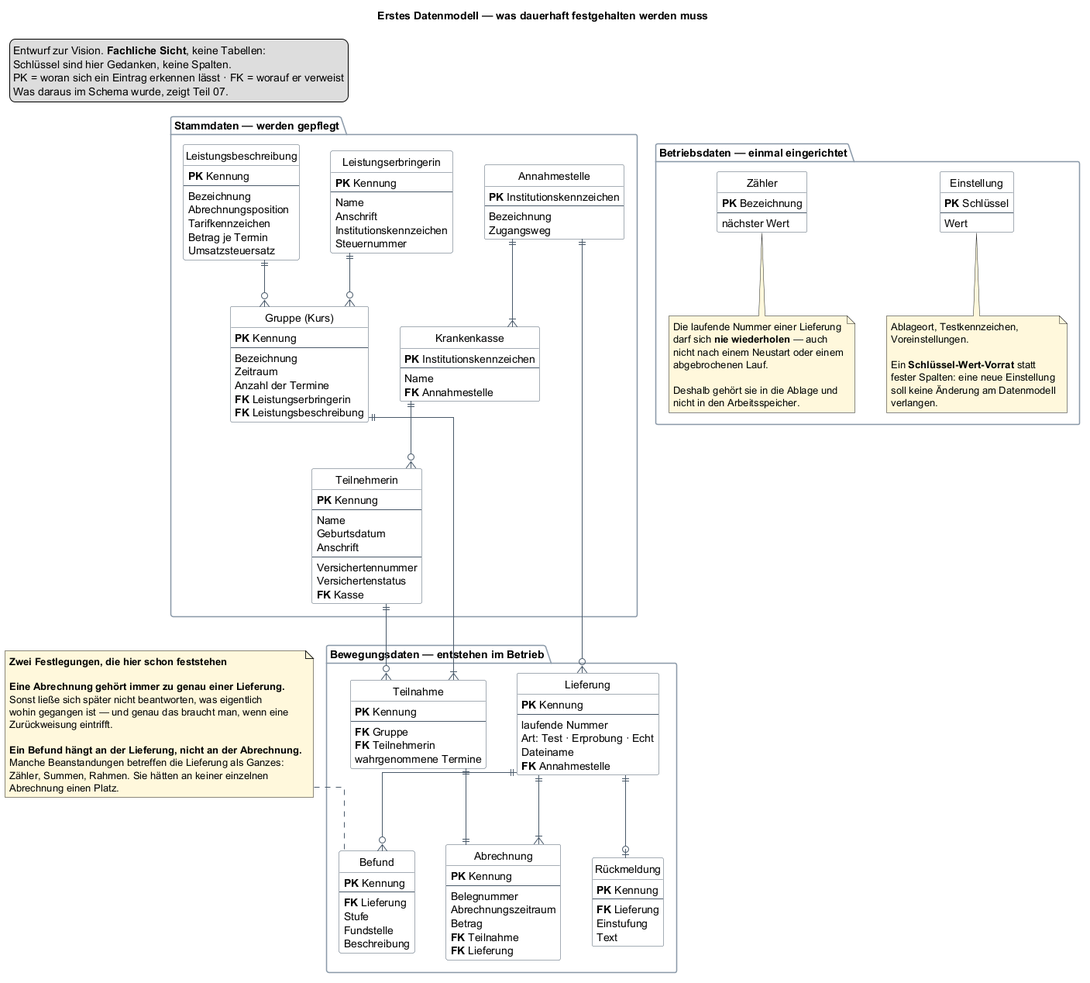
Before: GKVTransmitter/Information/GKVTransmitter_Vision_ER.png, a diagram exported from PlantUML (Gulaschkanister/Health-insurance-claims). The source it was exported from:
```plantuml
@startuml GKVTransmitter_Vision_ER
hide circle
skinparam shadowing false
skinparam linetype ortho
skinparam ranksep 60
skinparam nodesep 40
skinparam class {
  BackgroundColor White
  BorderColor #4A5A6A
  ArrowColor #4A5A6A
}
skinparam package {
  BackgroundColor #FAFBFC
  BorderColor #8A99A8
}

title Erstes Datenmodell — was dauerhaft festgehalten werden muss

legend top left
  Entwurf zur Vision. **Fachliche Sicht**, keine Tabellen:
  Schlüssel sind hier Gedanken, keine Spalten.
  PK = woran sich ein Eintrag erkennen lässt · FK = worauf er verweist
  Was daraus im Schema wurde, zeigt Teil 07.
endlegend

package "Stammdaten — werden gepflegt" {

  entity "Leistungserbringerin" as LE {
    **PK** Kennung
    --
    Name
    Anschrift
    Institutionskennzeichen
    Steuernummer
  }

  entity "Teilnehmerin" as TN {
    **PK** Kennung
    --
    Name
    Geburtsdatum
    Anschrift
    --
    Versichertennummer
    Versichertenstatus
    **FK** Kasse
  }

  entity "Krankenkasse" as KK {
    **PK** Institutionskennzeichen
    --
    Name
    **FK** Annahmestelle
  }

  entity "Annahmestelle" as AS {
    **PK** Institutionskennzeichen
    --
    Bezeichnung
    Zugangsweg
  }

  entity "Gruppe (Kurs)" as GR {
    **PK** Kennung
    --
    Bezeichnung
    Zeitraum
    Anzahl der Termine
    **FK** Leistungserbringerin
    **FK** Leistungsbeschreibung
  }

  entity "Leistungsbeschreibung" as LB {
    **PK** Kennung
    --
    Bezeichnung
    Abrechnungsposition
    Tarifkennzeichen
    Betrag je Termin
    Umsatzsteuersatz
  }
}

package "Bewegungsdaten — entstehen im Betrieb" {

  entity "Teilnahme" as TE {
    **PK** Kennung
    --
    **FK** Gruppe
    **FK** Teilnehmerin
    wahrgenommene Termine
  }

  entity "Abrechnung" as AB {
    **PK** Kennung
    --
    Belegnummer
    Abrechnungszeitraum
    Betrag
    **FK** Teilnahme
    **FK** Lieferung
  }

  entity "Lieferung" as LI {
    **PK** Kennung
    --
    laufende Nummer
    Art: Test · Erprobung · Echt
    Dateiname
    **FK** Annahmestelle
  }

  entity "Befund" as BE {
    **PK** Kennung
    --
    **FK** Lieferung
    Stufe
    Fundstelle
    Beschreibung
  }

  entity "Rückmeldung" as RM {
    **PK** Kennung
    --
    **FK** Lieferung
    Einstufung
    Text
  }
}

package "Betriebsdaten — einmal eingerichtet" {

  entity "Einstellung" as EI {
    **PK** Schlüssel
    --
    Wert
  }
  note bottom of EI
    Ablageort, Testkennzeichen,
    Voreinstellungen.

    Ein **Schlüssel-Wert-Vorrat** statt
    fester Spalten: eine neue Einstellung
    soll keine Änderung am Datenmodell
    verlangen.
  end note

  entity "Zähler" as ZA {
    **PK** Bezeichnung
    --
    nächster Wert
  }
  note bottom of ZA
    Die laufende Nummer einer Lieferung
    darf sich **nie wiederholen** — auch
    nicht nach einem Neustart oder einem
    abgebrochenen Lauf.

    Deshalb gehört sie in die Ablage und
    nicht in den Arbeitsspeicher.
  end note
}

LE ||--o{ GR
LB ||--o{ GR
GR ||--|{ TE
TN ||--o{ TE
KK ||--o{ TN
AS ||--|{ KK

TE ||--|| AB
LI ||--|{ AB
AS ||--o{ LI
LI ||--o{ BE
LI ||--o| RM

note as regel #FFF8DC
  **Zwei Festlegungen, die hier schon feststehen**

  **Eine Abrechnung gehört immer zu genau einer Lieferung.**
  Sonst ließe sich später nicht beantworten, was eigentlich
  wohin gegangen ist — und genau das braucht man, wenn eine
  Zurückweisung eintrifft.

  **Ein Befund hängt an der Lieferung, nicht an der Abrechnung.**
  Manche Beanstandungen betreffen die Lieferung als Ganzes:
  Zähler, Summen, Rahmen. Sie hätten an keiner einzelnen
  Abrechnung einen Platz.
end note

regel .. BE

@enduml
```
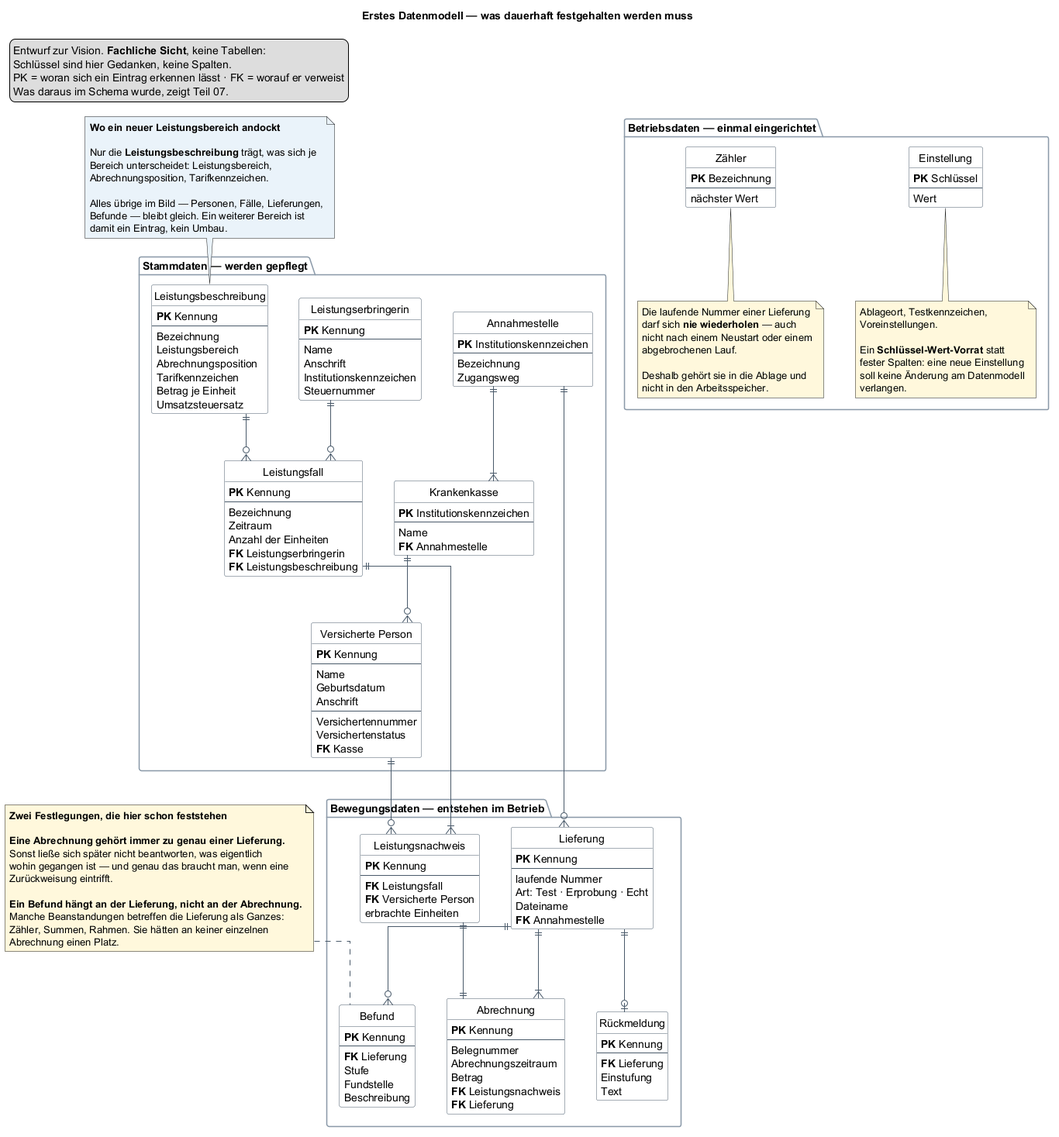
Above is the later version.

Commit message:
Teil 01: die Vision vom Kursbetrieb geloest

Change to the diagram source:
```diff
@@ -34,7 +34,7 @@
     Steuernummer
   }
 
-  entity "Teilnehmerin" as TN {
+  entity "Versicherte Person" as VP {
     **PK** Kennung
     --
     Name
@@ -60,12 +60,12 @@
     Zugangsweg
   }
 
-  entity "Gruppe (Kurs)" as GR {
+  entity "Leistungsfall" as LF {
     **PK** Kennung
     --
     Bezeichnung
     Zeitraum
-    Anzahl der Termine
+    Anzahl der Einheiten
     **FK** Leistungserbringerin
     **FK** Leistungsbeschreibung
   }
@@ -74,21 +74,22 @@
     **PK** Kennung
     --
     Bezeichnung
+    Leistungsbereich
     Abrechnungsposition
     Tarifkennzeichen
-    Betrag je Termin
+    Betrag je Einheit
     Umsatzsteuersatz
   }
 }
 
 package "Bewegungsdaten — entstehen im Betrieb" {
 
-  entity "Teilnahme" as TE {
+  entity "Leistungsnachweis" as LN {
     **PK** Kennung
     --
-    **FK** Gruppe
-    **FK** Teilnehmerin
-    wahrgenommene Termine
+    **FK** Leistungsfall
+    **FK** Versicherte Person
+    erbrachte Einheiten
   }
 
   entity "Abrechnung" as AB {
@@ -97,7 +98,7 @@
     Belegnummer
     Abrechnungszeitraum
     Betrag
-    **FK** Teilnahme
+    **FK** Leistungsnachweis
     **FK** Lieferung
   }
 
@@ -161,14 +162,14 @@
   end note
 }
 
-LE ||--o{ GR
-LB ||--o{ GR
-GR ||--|{ TE
-TN ||--o{ TE
-KK ||--o{ TN
+LE ||--o{ LF
+LB ||--o{ LF
+LF ||--|{ LN
+VP ||--o{ LN
+KK ||--o{ VP
 AS ||--|{ KK
 
-TE ||--|| AB
+LN ||--|| AB
 LI ||--|{ AB
 AS ||--o{ LI
 LI ||--o{ BE
@@ -188,6 +189,19 @@
   Abrechnung einen Platz.
 end note
 
+note as bereich #EAF3FA
+  **Wo ein neuer Leistungsbereich andockt**
+
+  Nur die **Leistungsbeschreibung** trägt, was sich je
+  Bereich unterscheidet: Leistungsbereich,
+  Abrechnungsposition, Tarifkennzeichen.
+
+  Alles übrige im Bild — Personen, Fälle, Lieferungen,
+  Befunde — bleibt gleich. Ein weiterer Bereich ist
+  damit ein Eintrag, kein Umbau.
+end note
+
 regel .. BE
+bereich .. LB
 
 @enduml
```
